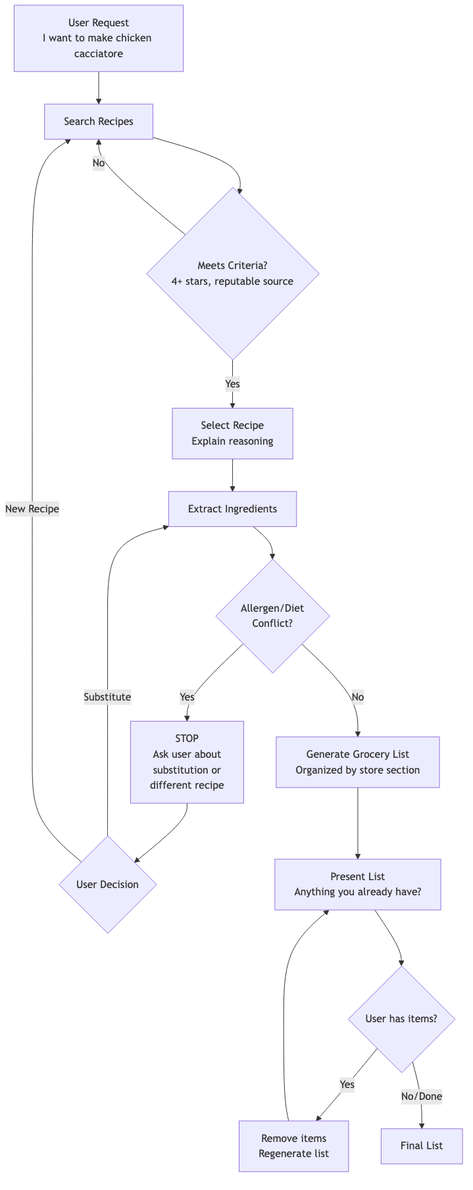
This is ai_agents_101/img/recipe_workflow.png from brockwebb/ai-demos, a Mermaid export, as it was before one commit. Its source is kept beside it as ai_agents_101/diagrams/recipe_workflow.mmd. Source of this version:
```mermaid
flowchart TD
    A[User Request<br/>I want to make chicken cacciatore] --> B[Search Recipes]
    B --> C{Meets Criteria?<br/>4+ stars, reputable source}
    C -->|No| B
    C -->|Yes| D[Select Recipe<br/>Explain reasoning]
    D --> E[Extract Ingredients]
    E --> F{Allergen/Diet<br/>Conflict?}
    F -->|Yes| G[STOP<br/>Ask user about<br/>substitution or<br/>different recipe]
    G --> H{User Decision}
    H -->|Substitute| E
    H -->|New Recipe| B
    F -->|No| I[Generate Grocery List<br/>Organized by store section]
    I --> J[Present List<br/>Anything you already have?]
    J --> K{User has items?}
    K -->|Yes| L[Remove items<br/>Regenerate list]
    L --> J
    K -->|No/Done| M[Final List]
```
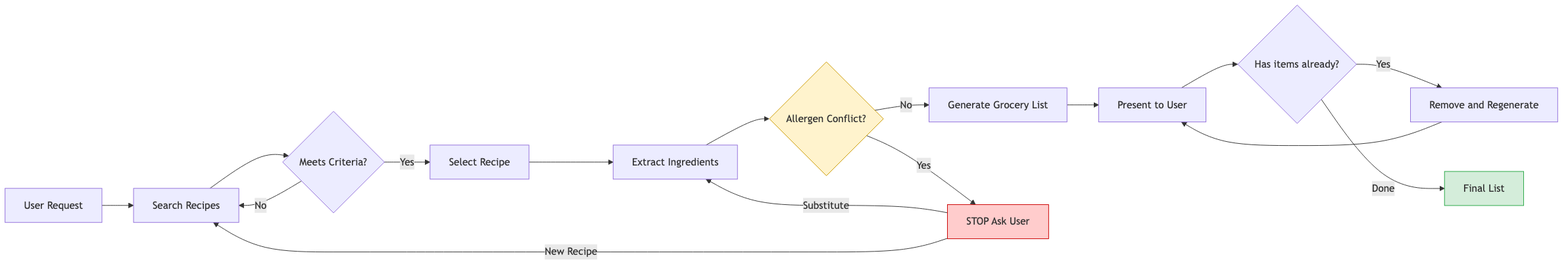
The same diagram one commit later.

What changed in the source:
```diff
@@ -1,17 +1,19 @@
-flowchart TD
-    A[User Request<br/>I want to make chicken cacciatore] --> B[Search Recipes]
-    B --> C{Meets Criteria?<br/>4+ stars, reputable source}
+flowchart LR
+    A[User Request] --> B[Search Recipes]
+    B --> C{Meets Criteria?}
     C -->|No| B
-    C -->|Yes| D[Select Recipe<br/>Explain reasoning]
+    C -->|Yes| D[Select Recipe]
     D --> E[Extract Ingredients]
-    E --> F{Allergen/Diet<br/>Conflict?}
-    F -->|Yes| G[STOP<br/>Ask user about<br/>substitution or<br/>different recipe]
-    G --> H{User Decision}
-    H -->|Substitute| E
-    H -->|New Recipe| B
-    F -->|No| I[Generate Grocery List<br/>Organized by store section]
-    I --> J[Present List<br/>Anything you already have?]
-    J --> K{User has items?}
-    K -->|Yes| L[Remove items<br/>Regenerate list]
-    L --> J
-    K -->|No/Done| M[Final List]
+    E --> F{Allergen Conflict?}
+    F -->|No| G[Generate Grocery List]
+    G --> H[Present to User]
+    H --> I{Has items already?}
+    I -->|Yes| J[Remove and Regenerate]
+    J --> H
+    I -->|Done| K[Final List]
+    F -->|Yes| L[STOP Ask User]
+    L -->|Substitute| E
+    L -->|New Recipe| B
+    style L fill:#ffcccc,stroke:#cc0000
+    style F fill:#fff3cd,stroke:#cc9900
+    style K fill:#d4edda,stroke:#28a745
```
